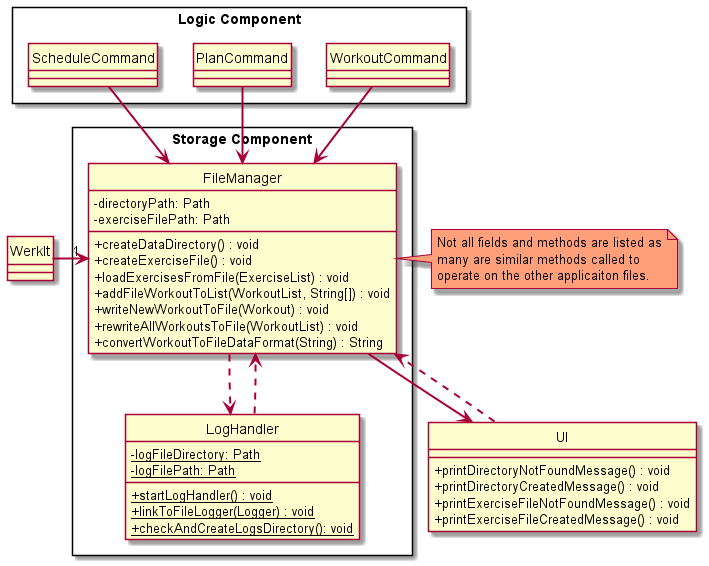
The PlantUML diagram docs/uml/classDiagrams/images/StorageComponent.png in nus-cs2113-AY2122S2/tp, before a commit.
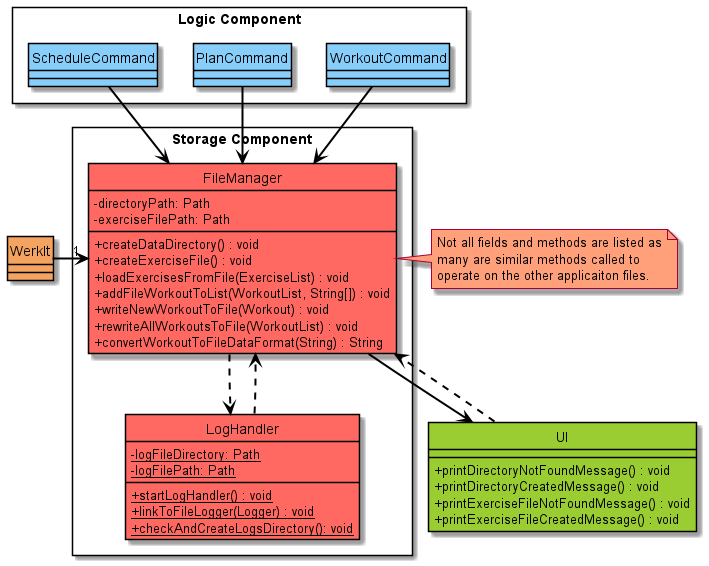
Above is the later version.

What changed in the source:
```diff
@@ -9,22 +9,22 @@
 
 hide circle
 
-class UI {
+class UI COLOR_UI {
     + printDirectoryNotFoundMessage() : void
     + printDirectoryCreatedMessage() : void
     + printExerciseFileNotFoundMessage() : void
     + printExerciseFileCreatedMessage() : void
 }
 
-class WerkIt
+class WerkIt COLOR_WERKIT
 
 package "Logic Component" <<rectangle>> {
-    class WorkoutCommand
-    class PlanCommand
-    class ScheduleCommand
+    class WorkoutCommand COLOR_LOGIC
+    class PlanCommand COLOR_LOGIC
+    class ScheduleCommand COLOR_LOGIC
 }
 package "Storage Component" <<rectangle>> {
-    class FileManager {
+    class FileManager COLOR_STORAGE {
         - directoryPath: Path
         - exerciseFilePath: Path
 
@@ -37,7 +37,7 @@
         + convertWorkoutToFileDataFormat(String) : String
     }
 
-    class LogHandler {
+    class LogHandler COLOR_STORAGE {
         - {static} logFileDirectory: Path
         - {static} logFilePath: Path
 
```
